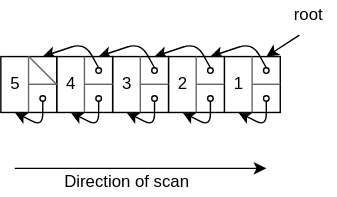
Above: src/gc8/img/dijkstra-worst-case.dio.svg in sinotca529/glab-seminar (draw.io), before the change. Source tidied: cells renumbered, new cells last; positions are measured from the earlier drawing's top-left corner, leaving out a move shared by most shapes. Its diagram source:
```xml
<mxGraphModel>
  <root>
    <mxCell id="0" />
    <mxCell id="1" parent="0" />
    <mxCell id="2" style="rounded=0;whiteSpace=wrap;html=1;" parent="1" vertex="1">
      <mxGeometry x="160" y="40" width="40" height="40" as="geometry" />
    </mxCell>
    <mxCell id="3" style="endArrow=none;html=1;fillColor=#f5f5f5;strokeColor=#666666;" parent="1" edge="1">
      <mxGeometry relative="1" as="geometry">
        <mxPoint x="179.8" y="80" as="sourcePoint" />
        <mxPoint x="179.8" y="40" as="targetPoint" />
      </mxGeometry>
    </mxCell>
    <mxCell id="4" style="endArrow=none;html=1;fillColor=#f5f5f5;strokeColor=#666666;" parent="1" edge="1">
      <mxGeometry relative="1" as="geometry">
        <mxPoint x="200" y="59.8" as="sourcePoint" />
        <mxPoint x="180" y="59.8" as="targetPoint" />
      </mxGeometry>
    </mxCell>
    <mxCell id="5" value="1" style="text;html=1;align=center;verticalAlign=middle;strokeColor=none;fillColor=none;" parent="1" vertex="1">
      <mxGeometry x="160" y="50" width="20" height="20" as="geometry" />
    </mxCell>
    <mxCell id="6" style="edgeStyle=none;html=1;exitX=0.5;exitY=0;exitDx=0;exitDy=0;entryX=0.75;entryY=0;entryDx=0;entryDy=0;" parent="1" edge="1" source="7" target="10">
      <mxGeometry relative="1" as="geometry">
        <Array as="points">
          <mxPoint x="180" y="30" />
        </Array>
      </mxGeometry>
    </mxCell>
    <mxCell id="7" style="ellipse;whiteSpace=wrap;html=1;" parent="1" vertex="1">
      <mxGeometry x="188" y="48" width="4" height="4" as="geometry" />
    </mxCell>
    <mxCell id="8" style="edgeStyle=none;html=1;exitX=0.5;exitY=1;exitDx=0;exitDy=0;entryX=0.25;entryY=1;entryDx=0;entryDy=0;" parent="1" edge="1" source="9" target="2">
      <mxGeometry relative="1" as="geometry">
        <Array as="points">
          <mxPoint x="190" y="90" />
        </Array>
      </mxGeometry>
    </mxCell>
    <mxCell id="9" style="ellipse;whiteSpace=wrap;html=1;" parent="1" vertex="1">
      <mxGeometry x="188" y="68" width="4" height="4" as="geometry" />
    </mxCell>
    <mxCell id="10" style="rounded=0;whiteSpace=wrap;html=1;" parent="1" vertex="1">
      <mxGeometry x="120" y="40" width="40" height="40" as="geometry" />
    </mxCell>
    <mxCell id="11" style="endArrow=none;html=1;fillColor=#f5f5f5;strokeColor=#666666;" parent="1" edge="1">
      <mxGeometry relative="1" as="geometry">
        <mxPoint x="139.8" y="80" as="sourcePoint" />
        <mxPoint x="139.8" y="40" as="targetPoint" />
      </mxGeometry>
    </mxCell>
    <mxCell id="12" style="endArrow=none;html=1;fillColor=#f5f5f5;strokeColor=#666666;" parent="1" edge="1">
      <mxGeometry relative="1" as="geometry">
        <mxPoint x="160" y="59.8" as="sourcePoint" />
        <mxPoint x="140" y="59.8" as="targetPoint" />
      </mxGeometry>
    </mxCell>
    <mxCell id="13" value="2" style="text;html=1;align=center;verticalAlign=middle;strokeColor=none;fillColor=none;" parent="1" vertex="1">
      <mxGeometry x="120" y="50" width="20" height="20" as="geometry" />
    </mxCell>
    <mxCell id="14" style="edgeStyle=none;html=1;exitX=0.5;exitY=0;exitDx=0;exitDy=0;entryX=0.75;entryY=0;entryDx=0;entryDy=0;" parent="1" edge="1" source="15" target="18">
      <mxGeometry relative="1" as="geometry">
        <Array as="points">
          <mxPoint x="140" y="30" />
        </Array>
      </mxGeometry>
    </mxCell>
    <mxCell id="15" style="ellipse;whiteSpace=wrap;html=1;" parent="1" vertex="1">
      <mxGeometry x="148" y="48" width="4" height="4" as="geometry" />
    </mxCell>
    <mxCell id="16" style="edgeStyle=none;html=1;exitX=0.5;exitY=1;exitDx=0;exitDy=0;entryX=0.25;entryY=1;entryDx=0;entryDy=0;" parent="1" edge="1" source="17" target="10">
      <mxGeometry relative="1" as="geometry">
        <Array as="points">
          <mxPoint x="150" y="90" />
        </Array>
      </mxGeometry>
    </mxCell>
    <mxCell id="17" style="ellipse;whiteSpace=wrap;html=1;" parent="1" vertex="1">
      <mxGeometry x="148" y="68" width="4" height="4" as="geometry" />
    </mxCell>
    <mxCell id="18" style="rounded=0;whiteSpace=wrap;html=1;" parent="1" vertex="1">
      <mxGeometry x="80" y="40" width="40" height="40" as="geometry" />
    </mxCell>
    <mxCell id="19" style="endArrow=none;html=1;fillColor=#f5f5f5;strokeColor=#666666;" parent="1" edge="1">
      <mxGeometry relative="1" as="geometry">
        <mxPoint x="99.8" y="80" as="sourcePoint" />
        <mxPoint x="99.8" y="40" as="targetPoint" />
      </mxGeometry>
    </mxCell>
    <mxCell id="20" style="endArrow=none;html=1;fillColor=#f5f5f5;strokeColor=#666666;" parent="1" edge="1">
      <mxGeometry relative="1" as="geometry">
        <mxPoint x="120" y="59.8" as="sourcePoint" />
        <mxPoint x="100" y="59.8" as="targetPoint" />
      </mxGeometry>
    </mxCell>
    <mxCell id="21" value="3" style="text;html=1;align=center;verticalAlign=middle;strokeColor=none;fillColor=none;" parent="1" vertex="1">
      <mxGeometry x="80" y="50" width="20" height="20" as="geometry" />
    </mxCell>
    <mxCell id="22" style="edgeStyle=none;html=1;exitX=0.5;exitY=0;exitDx=0;exitDy=0;entryX=0.75;entryY=0;entryDx=0;entryDy=0;" parent="1" edge="1" source="23" target="26">
      <mxGeometry relative="1" as="geometry">
        <Array as="points">
          <mxPoint x="100" y="30" />
        </Array>
      </mxGeometry>
    </mxCell>
    <mxCell id="23" style="ellipse;whiteSpace=wrap;html=1;" parent="1" vertex="1">
      <mxGeometry x="108" y="48" width="4" height="4" as="geometry" />
    </mxCell>
    <mxCell id="24" style="edgeStyle=none;html=1;exitX=0.5;exitY=1;exitDx=0;exitDy=0;entryX=0.25;entryY=1;entryDx=0;entryDy=0;" parent="1" edge="1" source="25" target="18">
      <mxGeometry relative="1" as="geometry">
        <Array as="points">
          <mxPoint x="110" y="90" />
        </Array>
      </mxGeometry>
    </mxCell>
    <mxCell id="25" style="ellipse;whiteSpace=wrap;html=1;" parent="1" vertex="1">
      <mxGeometry x="108" y="68" width="4" height="4" as="geometry" />
    </mxCell>
    <mxCell id="26" style="rounded=0;whiteSpace=wrap;html=1;" parent="1" vertex="1">
      <mxGeometry x="40" y="40" width="40" height="40" as="geometry" />
    </mxCell>
    <mxCell id="27" style="endArrow=none;html=1;fillColor=#f5f5f5;strokeColor=#666666;" parent="1" edge="1">
      <mxGeometry relative="1" as="geometry">
        <mxPoint x="59.8" y="80" as="sourcePoint" />
        <mxPoint x="59.8" y="40" as="targetPoint" />
      </mxGeometry>
    </mxCell>
    <mxCell id="28" style="endArrow=none;html=1;fillColor=#f5f5f5;strokeColor=#666666;" parent="1" edge="1">
      <mxGeometry relative="1" as="geometry">
        <mxPoint x="80" y="59.8" as="sourcePoint" />
        <mxPoint x="60" y="59.8" as="targetPoint" />
      </mxGeometry>
    </mxCell>
    <mxCell id="29" value="4" style="text;html=1;align=center;verticalAlign=middle;strokeColor=none;fillColor=none;" parent="1" vertex="1">
      <mxGeometry x="40" y="50" width="20" height="20" as="geometry" />
    </mxCell>
    <mxCell id="30" style="edgeStyle=none;html=1;exitX=0.5;exitY=0;exitDx=0;exitDy=0;entryX=0.75;entryY=0;entryDx=0;entryDy=0;" parent="1" edge="1" source="31" target="34">
      <mxGeometry relative="1" as="geometry">
        <Array as="points">
          <mxPoint x="60" y="30" />
        </Array>
      </mxGeometry>
    </mxCell>
    <mxCell id="31" style="ellipse;whiteSpace=wrap;html=1;" parent="1" vertex="1">
      <mxGeometry x="68" y="48" width="4" height="4" as="geometry" />
    </mxCell>
    <mxCell id="32" style="edgeStyle=none;html=1;exitX=0.5;exitY=1;exitDx=0;exitDy=0;entryX=0.25;entryY=1;entryDx=0;entryDy=0;" parent="1" edge="1" source="33" target="26">
      <mxGeometry relative="1" as="geometry">
        <Array as="points">
          <mxPoint x="70" y="90" />
        </Array>
      </mxGeometry>
    </mxCell>
    <mxCell id="33" style="ellipse;whiteSpace=wrap;html=1;" parent="1" vertex="1">
      <mxGeometry x="68" y="68" width="4" height="4" as="geometry" />
    </mxCell>
    <mxCell id="34" style="rounded=0;whiteSpace=wrap;html=1;" parent="1" vertex="1">
      <mxGeometry y="40" width="40" height="40" as="geometry" />
    </mxCell>
    <mxCell id="35" style="endArrow=none;html=1;fillColor=#f5f5f5;strokeColor=#666666;" parent="1" edge="1">
      <mxGeometry relative="1" as="geometry">
        <mxPoint x="19.8" y="80" as="sourcePoint" />
        <mxPoint x="19.8" y="40" as="targetPoint" />
      </mxGeometry>
    </mxCell>
    <mxCell id="36" style="endArrow=none;html=1;fillColor=#f5f5f5;strokeColor=#666666;" parent="1" edge="1">
      <mxGeometry relative="1" as="geometry">
        <mxPoint x="40" y="59.8" as="sourcePoint" />
        <mxPoint x="20" y="59.8" as="targetPoint" />
      </mxGeometry>
    </mxCell>
    <mxCell id="37" value="5" style="text;html=1;align=center;verticalAlign=middle;strokeColor=none;fillColor=none;" parent="1" vertex="1">
      <mxGeometry y="50" width="20" height="20" as="geometry" />
    </mxCell>
    <mxCell id="38" style="edgeStyle=none;html=1;exitX=0.5;exitY=1;exitDx=0;exitDy=0;entryX=0.25;entryY=1;entryDx=0;entryDy=0;" parent="1" edge="1" source="39" target="34">
      <mxGeometry relative="1" as="geometry">
        <Array as="points">
          <mxPoint x="30" y="90" />
        </Array>
      </mxGeometry>
    </mxCell>
    <mxCell id="39" style="ellipse;whiteSpace=wrap;html=1;" parent="1" vertex="1">
      <mxGeometry x="28" y="68" width="4" height="4" as="geometry" />
    </mxCell>
    <mxCell id="40" style="endArrow=none;html=1;fillColor=#f5f5f5;strokeColor=#666666;" parent="1" edge="1">
      <mxGeometry relative="1" as="geometry">
        <mxPoint x="40" y="60" as="sourcePoint" />
        <mxPoint x="20" y="40" as="targetPoint" />
      </mxGeometry>
    </mxCell>
    <mxCell id="41" style="endArrow=classic;html=1;" parent="1" edge="1">
      <mxGeometry relative="1" as="geometry">
        <mxPoint x="10" y="120" as="sourcePoint" />
        <mxPoint x="190" y="120" as="targetPoint" />
      </mxGeometry>
    </mxCell>
    <mxCell id="42" value="Direction of scan" style="text;html=1;align=center;verticalAlign=middle;strokeColor=none;fillColor=none;" parent="1" vertex="1">
      <mxGeometry x="40" y="120" width="100" height="20" as="geometry" />
    </mxCell>
    <mxCell id="43" value="root" style="text;html=1;align=center;verticalAlign=middle;points=[];strokeColor=none;fillColor=none;" parent="1" vertex="1">
      <mxGeometry x="200" width="40" height="20" as="geometry" />
    </mxCell>
    <mxCell id="44" style="endArrow=classic;html=1;entryX=0.75;entryY=0;entryDx=0;entryDy=0;exitX=0.342;exitY=1.23;exitDx=0;exitDy=0;exitPerimeter=0;" parent="1" edge="1" source="43" target="2">
      <mxGeometry relative="1" as="geometry" />
    </mxCell>
  </root>
</mxGraphModel>
```
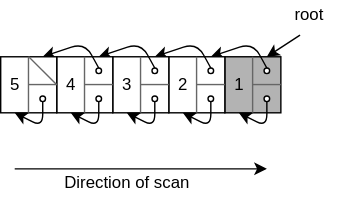
Above is the later version.

Diff of the diagram source:
```diff
@@ -2,7 +2,7 @@
   <root>
     <mxCell id="0" />
     <mxCell id="1" parent="0" />
-    <mxCell id="2" style="rounded=0;whiteSpace=wrap;html=1;" parent="1" vertex="1">
+    <mxCell id="2" style="rounded=0;whiteSpace=wrap;html=1;fillColor=#B3B3B3;" parent="1" vertex="1">
       <mxGeometry x="160" y="40" width="40" height="40" as="geometry" />
     </mxCell>
     <mxCell id="3" style="endArrow=none;html=1;fillColor=#f5f5f5;strokeColor=#666666;" parent="1" edge="1">
```
